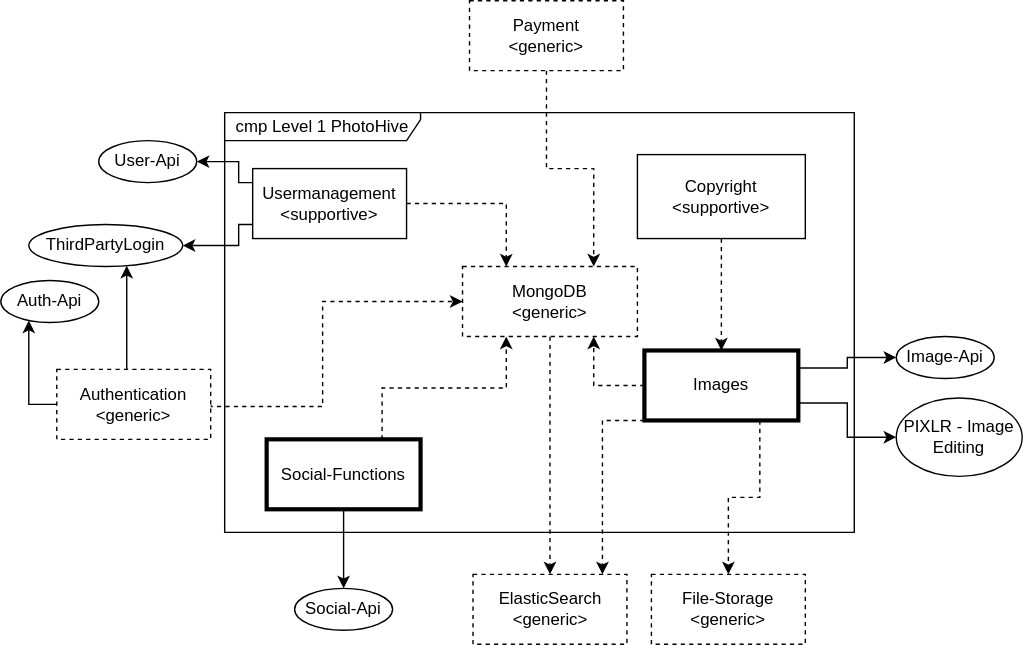
Before: images/SWARC_Building_Block_1.drawio.svg, a diagram exported from draw.io (Z1rael/swa). Source tidied: cells renumbered, new cells last; positions are measured from the earlier drawing's top-left corner, leaving out a move shared by most shapes.
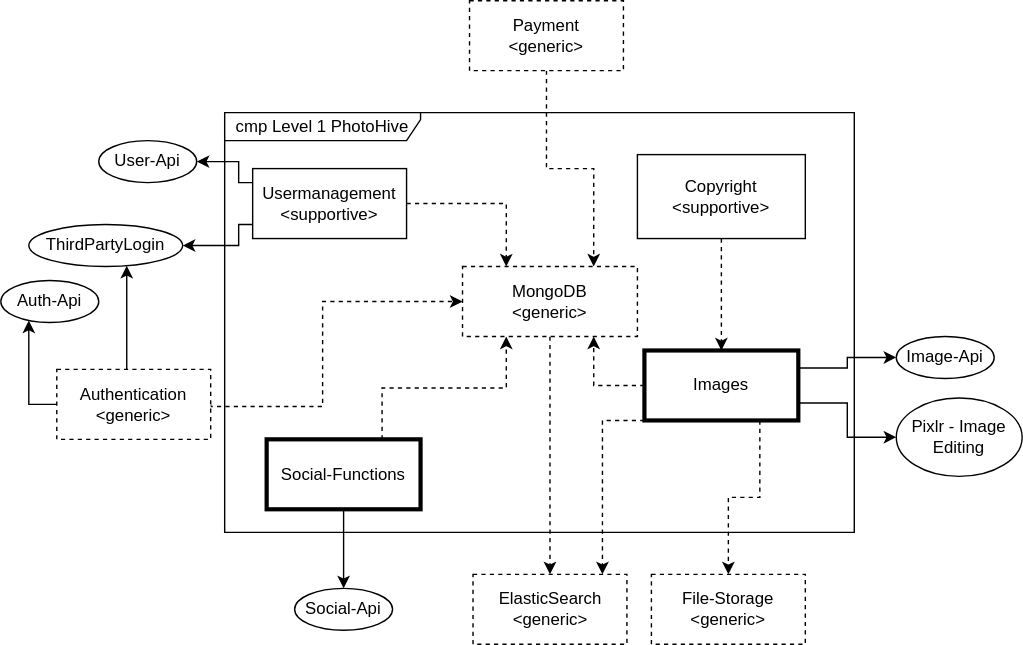
After the commit.

Change to the diagram source:
```diff
@@ -106,7 +106,7 @@
     <mxCell id="26" value="Copyright&lt;div&gt;&amp;lt;supportive&amp;gt;&lt;/div&gt;" style="rounded=0;whiteSpace=wrap;html=1;fontStyle=0;" parent="1" vertex="1">
       <mxGeometry x="455" y="110" width="120" height="60" as="geometry" />
     </mxCell>
-    <mxCell id="27" value="PIXLR - Image Editing" style="ellipse;whiteSpace=wrap;html=1;" parent="1" vertex="1">
+    <mxCell id="27" value="Pixlr - Image Editing" style="ellipse;whiteSpace=wrap;html=1;" parent="1" vertex="1">
       <mxGeometry x="640" y="284" width="90" height="56" as="geometry" />
     </mxCell>
     <mxCell id="28" value="Image-Api" style="ellipse;whiteSpace=wrap;html=1;" parent="1" vertex="1">
```
